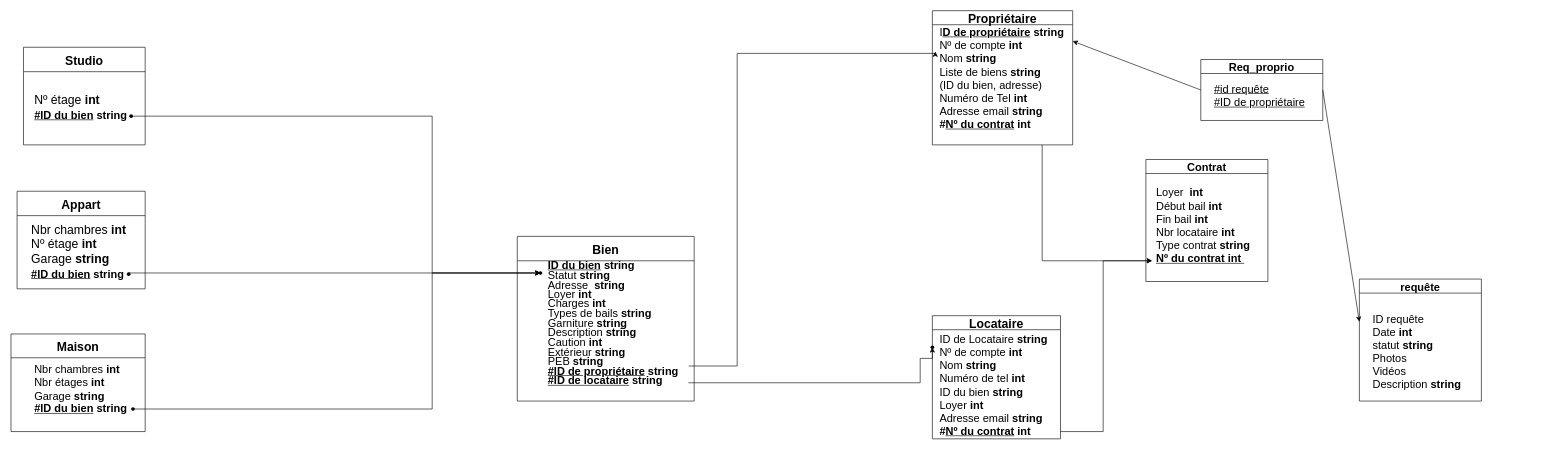
Above: page "Schéma relationnel" (3 of 20) of Ko-loc (1).drawio in Julienthum/Co-Lock (draw.io), before the change. Source tidied: cells renumbered, new cells numbered last; positions are measured from the earlier drawing's top-left corner, leaving out a move shared by most shapes. Both pictures are drawn from the tidied source at 61%, with x=0, y=0 at pixel (11, 10).
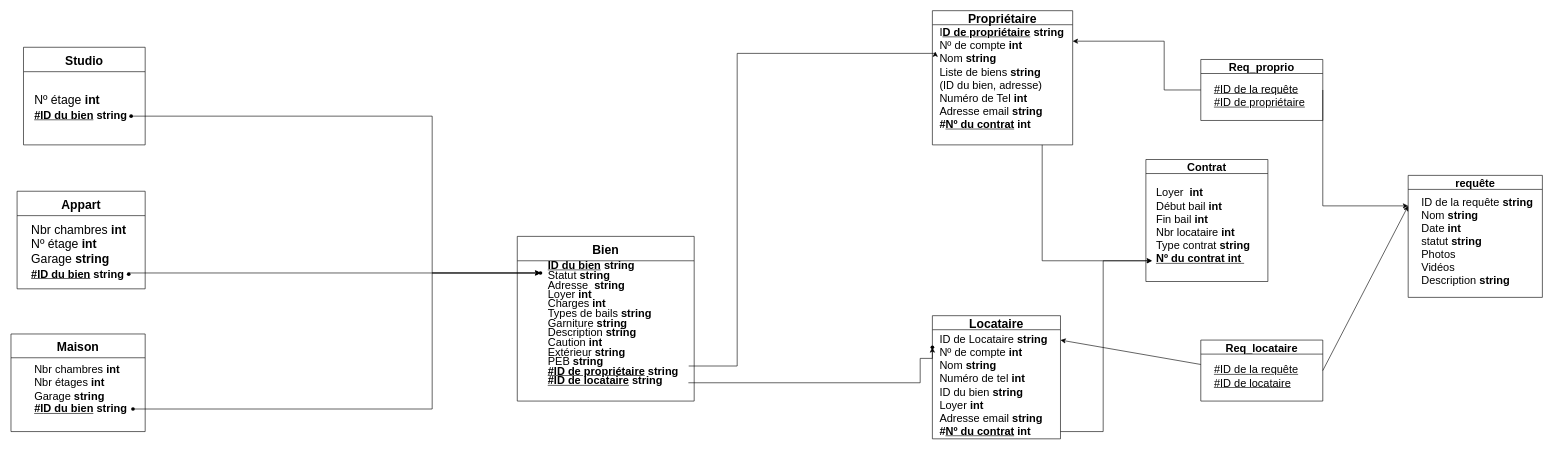
After the change.

Unchanged cells that the change refers to:
```xml
<mxCell id="6" value="&lt;p class=&quot;MsoListParagraphCxSpFirst&quot; style=&quot;margin: 0cm 0cm 0cm 36pt ; line-height: 15.6933px ; font-size: 11pt ; font-family: &amp;#34;calibri&amp;#34; , sans-serif ; text-indent: -18pt&quot;&gt;&lt;/p&gt;&lt;p class=&quot;MsoListParagraphCxSpFirst&quot; style=&quot;margin: 0cm 0cm 0cm 36pt ; line-height: 15.6933px ; font-size: 11pt ; font-family: &amp;#34;calibri&amp;#34; , sans-serif ; text-indent: -18pt ; display: inline&quot;&gt;&lt;/p&gt;&lt;div style=&quot;font-size: 18px&quot;&gt;&lt;span style=&quot;text-indent: -18pt&quot;&gt;&lt;font style=&quot;font-size: 18px&quot;&gt;I&lt;b&gt;&lt;u&gt;D de propriétaire&lt;/u&gt;&lt;/b&gt; &lt;b&gt;string&lt;/b&gt;&lt;/font&gt;&lt;/span&gt;&lt;/div&gt;&lt;div style=&quot;font-size: 18px&quot;&gt;Nº de compte &lt;b&gt;int&lt;/b&gt;&lt;/div&gt;&lt;div style=&quot;font-size: 18px&quot;&gt;&lt;span style=&quot;font-family: &amp;#34;calibri&amp;#34; , sans-serif ; text-indent: -18pt&quot;&gt;Nom &lt;b&gt;string&amp;nbsp;&lt;/b&gt;&lt;/span&gt;&lt;/div&gt;&lt;div style=&quot;font-size: 18px&quot;&gt;&lt;span style=&quot;font-family: &amp;#34;calibri&amp;#34; , sans-serif ; text-indent: -18pt&quot;&gt;Liste de biens &lt;b&gt;string&lt;/b&gt;&lt;/span&gt;&lt;/div&gt;&lt;div style=&quot;font-size: 18px&quot;&gt;&lt;span style=&quot;font-family: &amp;#34;calibri&amp;#34; , sans-serif ; text-indent: -18pt&quot;&gt;(ID du bien, adresse)&lt;/span&gt;&lt;/div&gt;&lt;div style=&quot;font-size: 18px&quot;&gt;&lt;span style=&quot;font-family: &amp;#34;calibri&amp;#34; , sans-serif ; text-indent: -18pt&quot;&gt;Numéro de Tel &lt;b&gt;int&lt;/b&gt;&lt;/span&gt;&lt;/div&gt;&lt;div style=&quot;font-size: 18px&quot;&gt;&lt;span style=&quot;font-family: &amp;#34;calibri&amp;#34; , sans-serif ; text-indent: -24px&quot;&gt;Adresse email&amp;nbsp;&lt;/span&gt;&lt;b style=&quot;font-family: &amp;#34;calibri&amp;#34; , sans-serif ; text-indent: -24px&quot;&gt;string&lt;/b&gt;&lt;span style=&quot;font-family: &amp;#34;calibri&amp;#34; , sans-serif ; text-indent: -18pt&quot;&gt;&lt;b&gt;&lt;br&gt;&lt;/b&gt;&lt;/span&gt;&lt;/div&gt;&lt;div style=&quot;font-size: 18px&quot;&gt;&lt;b style=&quot;font-family: &amp;#34;calibri&amp;#34; , sans-serif ; text-indent: -24px&quot;&gt;#&lt;u&gt;Nº du contrat&lt;/u&gt; int&lt;/b&gt;&lt;/div&gt;&lt;div style=&quot;text-indent: -24px ; font-size: 18px&quot;&gt;&lt;br&gt;&lt;/div&gt;" style="text;html=1;strokeColor=none;fillColor=none;align=left;verticalAlign=middle;whiteSpace=wrap;rounded=0;" parent="5" vertex="1">
  <mxGeometry x="10" y="50" width="220" height="130" as="geometry" />
</mxCell>
<mxCell id="30" value="Req_proprio" style="swimlane;fontSize=18;align=center;" parent="1" vertex="1">
  <mxGeometry x="1950" y="80" width="200" height="100" as="geometry" />
</mxCell>
```

Diff of the diagram source:
```diff
@@
     <mxCell id="28" value="requête" style="swimlane;fontSize=18;align=center;" parent="1" vertex="1">
-      <mxGeometry x="2210" y="440" width="200" height="200" as="geometry" />
+      <mxGeometry x="2290" y="270" width="220" height="200" as="geometry" />
     </mxCell>
-    <mxCell id="29" value="&lt;font style=&quot;font-size: 18px&quot;&gt;&lt;span&gt;&lt;br&gt;ID requête&lt;br&gt;Date&amp;nbsp;&lt;/span&gt;&lt;b&gt;int&lt;br&gt;&lt;/b&gt;&lt;span&gt;statut&amp;nbsp;&lt;/span&gt;&lt;b&gt;string&lt;/b&gt;&lt;br&gt;&lt;span&gt;Photos&lt;/span&gt;&lt;br&gt;&lt;span&gt;Vidéos&lt;/span&gt;&lt;br&gt;&lt;span&gt;Description&amp;nbsp;&lt;/span&gt;&lt;b&gt;string&lt;/b&gt;&lt;br&gt;&lt;/font&gt;" style="text;html=1;align=left;verticalAlign=middle;strokeColor=none;fillColor=none;" parent="28" vertex="1">
-      <mxGeometry x="20" y="49" width="160" height="120" as="geometry" />
+    <mxCell id="29" value="&lt;font style=&quot;font-size: 18px&quot;&gt;&lt;span&gt;ID de la requête&amp;nbsp;&lt;/span&gt;&lt;b&gt;string&lt;/b&gt;&lt;br&gt;&lt;span&gt;Nom&amp;nbsp;&lt;/span&gt;&lt;b&gt;string&lt;/b&gt;&lt;br&gt;&lt;span&gt;Date&amp;nbsp;&lt;/span&gt;&lt;b&gt;int&lt;br&gt;&lt;/b&gt;&lt;span&gt;statut&amp;nbsp;&lt;/span&gt;&lt;b&gt;string&lt;/b&gt;&lt;br&gt;&lt;span&gt;Photos&lt;/span&gt;&lt;br&gt;&lt;span&gt;Vidéos&lt;/span&gt;&lt;br&gt;&lt;span&gt;Description&amp;nbsp;&lt;/span&gt;&lt;b&gt;string&lt;/b&gt;&lt;br&gt;&lt;/font&gt;" style="text;html=1;align=left;verticalAlign=middle;strokeColor=none;fillColor=none;" parent="28" vertex="1">
+      <mxGeometry x="20" y="49" width="200" height="120" as="geometry" />
     </mxCell>
@@
-    <mxCell id="31" value="&lt;font style=&quot;font-size: 18px&quot;&gt;&lt;u&gt;#id requête&lt;br&gt;#ID de propriétaire&lt;/u&gt;&lt;br&gt;&lt;/font&gt;" style="text;html=1;align=left;verticalAlign=middle;strokeColor=none;fillColor=none;" parent="30" vertex="1">
+    <mxCell id="31" value="&lt;font style=&quot;font-size: 18px&quot;&gt;&lt;u&gt;#ID de la requête&lt;br&gt;#ID de propriétaire&lt;/u&gt;&lt;br&gt;&lt;/font&gt;" style="text;html=1;align=left;verticalAlign=middle;strokeColor=none;fillColor=none;" parent="30" vertex="1">
       <mxGeometry x="20" y="40" width="160" height="40" as="geometry" />
     </mxCell>
-    <mxCell id="32" style="endArrow=classic;html=1;rounded=0;fontSize=24;exitX=1;exitY=0.5;exitDx=0;exitDy=0;" parent="1" edge="1" source="30">
+    <mxCell id="32" style="endArrow=classic;html=1;rounded=0;fontSize=24;exitX=1;exitY=0.5;exitDx=0;exitDy=0;entryX=0;entryY=0.25;entryDx=0;entryDy=0;" parent="1" edge="1" source="30" target="28">
       <mxGeometry relative="1" as="geometry">
-        <mxPoint x="2210" y="510" as="targetPoint" />
+        <Array as="points">
+          <mxPoint x="2150" y="320" />
+        </Array>
       </mxGeometry>
     </mxCell>
-    <mxCell id="33" style="endArrow=classic;html=1;rounded=0;fontSize=24;exitX=0;exitY=0.5;exitDx=0;exitDy=0;entryX=1;entryY=0;entryDx=0;entryDy=0;" parent="1" edge="1" source="30" target="6">
-      <mxGeometry relative="1" as="geometry" />
+    <mxCell id="33" style="endArrow=classic;html=1;rounded=0;fontSize=24;exitX=0;exitY=0.5;exitDx=0;exitDy=0;" parent="1" edge="1" source="30">
+      <mxGeometry relative="1" as="geometry">
+        <mxPoint x="1740" y="50" as="targetPoint" />
+        <Array as="points">
+          <mxPoint x="1890" y="130" />
+          <mxPoint x="1890" y="50" />
+        </Array>
+      </mxGeometry>
     </mxCell>
+    <mxCell id="34" value="Req_locataire" style="swimlane;fontSize=18;align=center;" parent="1" vertex="1">
+      <mxGeometry x="1950" y="540" width="200" height="100" as="geometry" />
+    </mxCell>
+    <mxCell id="35" value="&lt;font style=&quot;font-size: 18px&quot;&gt;&lt;u&gt;#ID de la requête&lt;br&gt;#ID de locataire&lt;/u&gt;&lt;br&gt;&lt;/font&gt;" style="text;html=1;align=left;verticalAlign=middle;strokeColor=none;fillColor=none;" parent="34" vertex="1">
+      <mxGeometry x="20" y="40" width="150" height="40" as="geometry" />
+    </mxCell>
+    <mxCell id="36" style="endArrow=classic;html=1;rounded=0;" parent="1" edge="1">
+      <mxGeometry relative="1" as="geometry">
+        <mxPoint x="1950" y="580" as="sourcePoint" />
+        <mxPoint x="1720" y="540" as="targetPoint" />
+      </mxGeometry>
+    </mxCell>
+    <mxCell id="37" style="endArrow=classic;html=1;rounded=0;entryX=0;entryY=0.25;entryDx=0;entryDy=0;exitX=1;exitY=0.5;exitDx=0;exitDy=0;" parent="1" edge="1" source="34" target="28">
+      <mxGeometry relative="1" as="geometry" />
+    </mxCell>
```
